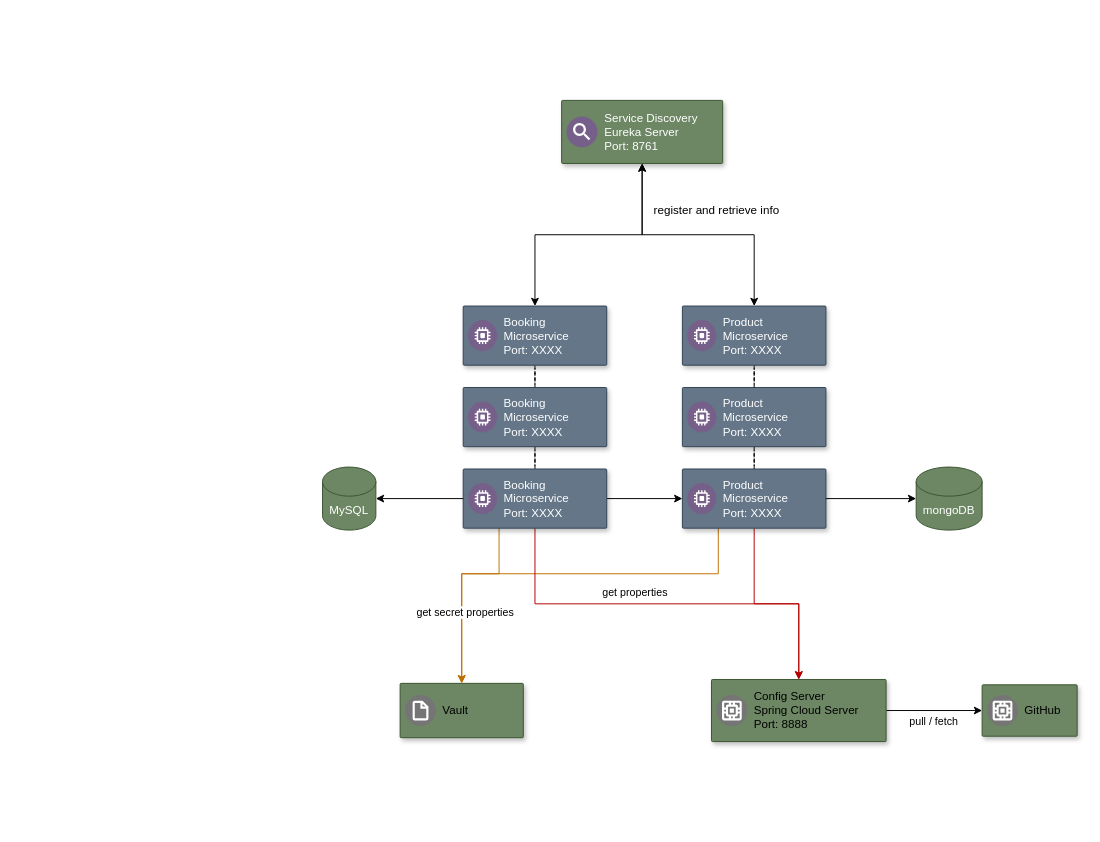
miguemiguemigue/Microservices-Spring-Boot-Project keeps this draw.io diagram as page "Página-1" (1 of 2) of diagram.drawio. Above is the earlier version. Source tidied: cells renumbered, new cells numbered last; positions are measured from the earlier drawing's top-left corner, leaving out a move shared by most shapes. Both pictures are drawn from the tidied source at 97%, with x=0, y=0 at pixel (322, 100). Pictures stored in the file or linked from it are replaced by grey dashed boxes.
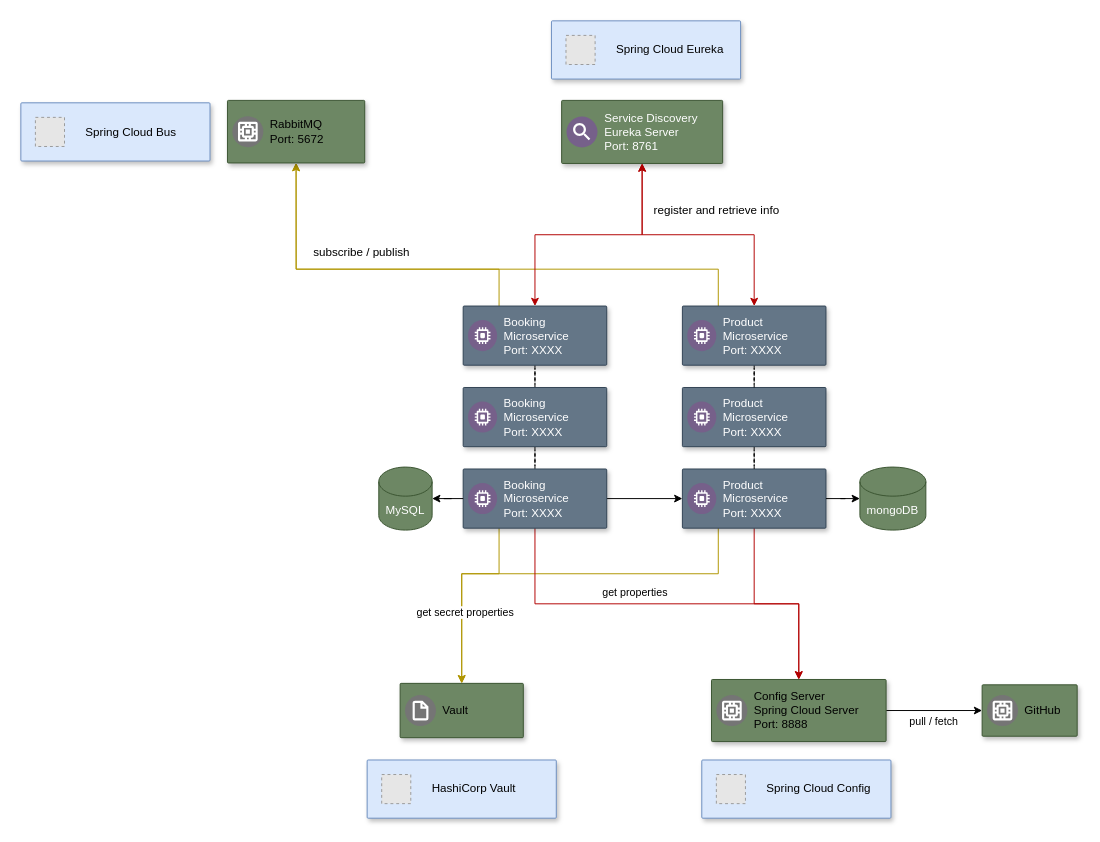
The same page after the edit.

The change refers to these unchanged cells:
```xml
<mxCell id="6" style="strokeColor=#314354;shadow=1;strokeWidth=1;rounded=1;absoluteArcSize=1;arcSize=2;fillColor=#647687;fontColor=#ffffff;align=center;" parent="1" vertex="1">
  <mxGeometry x="371" y="380" width="148" height="61" as="geometry" />
</mxCell>
<mxCell id="14" style="strokeColor=#314354;shadow=1;strokeWidth=1;rounded=1;absoluteArcSize=1;arcSize=2;fillColor=#647687;fontColor=#ffffff;align=center;" parent="1" vertex="1">
  <mxGeometry x="145" y="380" width="148" height="61" as="geometry" />
</mxCell>
<mxCell id="21" style="strokeColor=#314354;shadow=1;strokeWidth=1;rounded=1;absoluteArcSize=1;arcSize=2;fillColor=#647687;fontColor=#ffffff;align=center;" parent="1" vertex="1">
  <mxGeometry x="371" y="212" width="148" height="61" as="geometry" />
</mxCell>
<mxCell id="23" style="strokeColor=#3A5431;shadow=1;strokeWidth=1;rounded=1;absoluteArcSize=1;arcSize=2;fillColor=#6d8764;fontColor=#ffffff;verticalAlign=middle;labelPosition=center;verticalLabelPosition=middle;align=center;" parent="1" vertex="1">
  <mxGeometry x="246.5" width="166" height="65" as="geometry" />
</mxCell>
<mxCell id="29" style="strokeColor=#314354;shadow=1;strokeWidth=1;rounded=1;absoluteArcSize=1;arcSize=2;fillColor=#647687;fontColor=#ffffff;align=center;" parent="1" vertex="1">
  <mxGeometry x="145" y="212" width="148" height="61" as="geometry" />
</mxCell>
<mxCell id="40" style="strokeColor=#3A5431;shadow=1;strokeWidth=1;rounded=1;absoluteArcSize=1;arcSize=2;fillColor=#6d8764;fontColor=#ffffff;" parent="1" vertex="1">
  <mxGeometry x="80" y="601" width="127" height="56" as="geometry" />
</mxCell>
```

Change to the diagram source:
```diff
@@
     <mxCell id="2" value="mongoDB" style="shape=cylinder3;whiteSpace=wrap;html=1;boundedLbl=1;backgroundOutline=1;size=15;fillColor=#6d8764;fontColor=#ffffff;strokeColor=#3A5431;" parent="1" vertex="1">
-      <mxGeometry x="612" y="378" width="68" height="65" as="geometry" />
+      <mxGeometry x="554" y="378" width="68" height="65" as="geometry" />
     </mxCell>
     <mxCell id="3" value="MySQL" style="shape=cylinder3;whiteSpace=wrap;html=1;boundedLbl=1;backgroundOutline=1;size=15;fillColor=#6d8764;fontColor=#ffffff;strokeColor=#3A5431;" parent="1" vertex="1">
-      <mxGeometry y="378" width="55" height="65" as="geometry" />
+      <mxGeometry x="58" y="378" width="55" height="65" as="geometry" />
     </mxCell>
@@
-    <mxCell id="5" style="edgeStyle=orthogonalEdgeStyle;rounded=0;jettySize=auto;html=1;entryX=0.5;entryY=0;entryDx=0;entryDy=0;exitX=0.25;exitY=1;exitDx=0;exitDy=0;fillColor=#f0a30a;strokeColor=#BD7000;" parent="1" edge="1" source="6" target="40">
+    <mxCell id="5" style="edgeStyle=orthogonalEdgeStyle;rounded=0;jettySize=auto;html=1;entryX=0.5;entryY=0;entryDx=0;entryDy=0;exitX=0.25;exitY=1;exitDx=0;exitDy=0;fillColor=#e3c800;strokeColor=#B09500;" parent="1" edge="1" source="6" target="40">
       <mxGeometry relative="1" as="geometry">
         <Array as="points">
           <mxPoint x="408" y="488" />
           <mxPoint x="144" y="488" />
         </Array>
       </mxGeometry>
     </mxCell>
@@
-    <mxCell id="12" style="edgeStyle=orthogonalEdgeStyle;rounded=0;jettySize=auto;html=1;exitX=0.25;exitY=1;exitDx=0;exitDy=0;entryX=0.5;entryY=0;entryDx=0;entryDy=0;fillColor=#f0a30a;strokeColor=#BD7000;" parent="1" edge="1" source="14" target="40">
+    <mxCell id="12" style="edgeStyle=orthogonalEdgeStyle;rounded=0;jettySize=auto;html=1;exitX=0.25;exitY=1;exitDx=0;exitDy=0;entryX=0.5;entryY=0;entryDx=0;entryDy=0;fillColor=#e3c800;strokeColor=#B09500;" parent="1" edge="1" source="14" target="40">
       <mxGeometry relative="1" as="geometry">
         <Array as="points">
           <mxPoint x="182" y="488" />
           <mxPoint x="144" y="488" />
         </Array>
       </mxGeometry>
     </mxCell>
@@
-    <mxCell id="19" style="edgeStyle=orthogonalEdgeStyle;rounded=0;jettySize=auto;html=1;entryX=0.5;entryY=1;entryDx=0;entryDy=0;startArrow=classic;startFill=1;" parent="1" edge="1" source="21" target="23">
+    <mxCell id="19" style="edgeStyle=orthogonalEdgeStyle;rounded=0;jettySize=auto;html=1;entryX=0.5;entryY=1;entryDx=0;entryDy=0;startArrow=classic;startFill=1;fillColor=#e51400;strokeColor=#B20000;" parent="1" edge="1" source="21" target="23">
       <mxGeometry relative="1" as="geometry" />
     </mxCell>
@@
+    <mxCell id="42" style="edgeStyle=orthogonalEdgeStyle;rounded=0;jettySize=auto;html=1;exitX=0.25;exitY=0;exitDx=0;exitDy=0;entryX=0.5;entryY=1;entryDx=0;entryDy=0;fillColor=#e3c800;strokeColor=#B09500;" parent="1" edge="1" source="21" target="44">
+      <mxGeometry relative="1" as="geometry">
+        <Array as="points">
+          <mxPoint x="408" y="174" />
+          <mxPoint x="-27" y="174" />
+        </Array>
+      </mxGeometry>
+    </mxCell>
@@
-    <mxCell id="28" style="edgeStyle=orthogonalEdgeStyle;rounded=0;jettySize=auto;html=1;entryX=0.5;entryY=1;entryDx=0;entryDy=0;startArrow=classic;startFill=1;" parent="1" edge="1" source="29" target="23">
+    <mxCell id="28" style="edgeStyle=orthogonalEdgeStyle;rounded=0;jettySize=auto;html=1;entryX=0.5;entryY=1;entryDx=0;entryDy=0;startArrow=classic;startFill=1;fillColor=#e51400;strokeColor=#B20000;" parent="1" edge="1" source="29" target="23">
       <mxGeometry relative="1" as="geometry" />
     </mxCell>
+    <mxCell id="43" style="edgeStyle=orthogonalEdgeStyle;rounded=0;jettySize=auto;html=1;exitX=0.25;exitY=0;exitDx=0;exitDy=0;entryX=0.5;entryY=1;entryDx=0;entryDy=0;fillColor=#e3c800;strokeColor=#B09500;" parent="1" edge="1" source="29" target="44">
+      <mxGeometry relative="1" as="geometry">
+        <Array as="points">
+          <mxPoint x="182" y="174" />
+          <mxPoint x="-27" y="174" />
+        </Array>
+      </mxGeometry>
+    </mxCell>
@@
+    <mxCell id="44" style="strokeColor=#3A5431;shadow=1;strokeWidth=1;rounded=1;absoluteArcSize=1;arcSize=2;fillColor=#6d8764;fontColor=#ffffff;" parent="1" vertex="1">
+      <mxGeometry x="-98" width="141.5" height="64.5" as="geometry" />
+    </mxCell>
+    <mxCell id="45" value="RabbitMQ&lt;br&gt;Port: 5672" style="sketch=0;dashed=0;html=1;fillColor=#757575;strokeColor=none;shape=mxgraph.gcp2.google_network_edge_cache;labelPosition=right;verticalLabelPosition=middle;align=left;verticalAlign=middle;spacingLeft=5;fontSize=12;" parent="44" vertex="1">
+      <mxGeometry y="0.5" width="32" height="32" relative="1" as="geometry">
+        <mxPoint x="5" y="-16" as="offset" />
+      </mxGeometry>
+    </mxCell>
+    <mxCell id="46" value="subscribe / publish" style="text;html=1;align=center;verticalAlign=middle;strokeColor=none;fillColor=none;" parent="1" vertex="1">
+      <mxGeometry x="-19" y="144" width="117" height="26" as="geometry" />
+    </mxCell>
+    <mxCell id="47" style="shadow=1;strokeWidth=1;rounded=1;absoluteArcSize=1;arcSize=2;fillColor=#dae8fc;strokeColor=#6c8ebf;fontColor=#000000;" parent="1" vertex="1">
+      <mxGeometry x="-311" y="2.5" width="195" height="60" as="geometry" />
+    </mxCell>
+    <mxCell id="48" value="&lt;font color=&quot;#000000&quot;&gt;Spring Cloud Bus&lt;/font&gt;" style="fillColor=#E6E6E6;strokeColor=#999999;dashed=1;html=1;fontColor=#999999;verticalLabelPosition=middle;verticalAlign=middle;labelPosition=right;align=left;spacingLeft=20;" parent="47" vertex="1">
+      <mxGeometry width="30" height="30" relative="1" as="geometry">
+        <mxPoint x="15" y="15" as="offset" />
+      </mxGeometry>
+    </mxCell>
+    <mxCell id="49" style="shadow=1;strokeWidth=1;rounded=1;absoluteArcSize=1;arcSize=2;fillColor=#dae8fc;strokeColor=#6c8ebf;fontColor=#000000;" parent="1" vertex="1">
+      <mxGeometry x="391" y="680" width="195" height="60" as="geometry" />
+    </mxCell>
+    <mxCell id="50" value="&lt;font color=&quot;#000000&quot;&gt;Spring Cloud Config&lt;/font&gt;" style="fillColor=#E6E6E6;strokeColor=#999999;dashed=1;html=1;fontColor=#999999;verticalLabelPosition=middle;verticalAlign=middle;labelPosition=right;align=left;spacingLeft=20;" parent="49" vertex="1">
+      <mxGeometry width="30" height="30" relative="1" as="geometry">
+        <mxPoint x="15" y="15" as="offset" />
+      </mxGeometry>
+    </mxCell>
+    <mxCell id="51" style="shadow=1;strokeWidth=1;rounded=1;absoluteArcSize=1;arcSize=2;fillColor=#dae8fc;strokeColor=#6c8ebf;fontColor=#000000;" parent="1" vertex="1">
+      <mxGeometry x="236" y="-82" width="195" height="60" as="geometry" />
+    </mxCell>
+    <mxCell id="52" value="&lt;font color=&quot;#000000&quot;&gt;Spring Cloud Eureka&lt;/font&gt;" style="fillColor=#E6E6E6;strokeColor=#999999;dashed=1;html=1;fontColor=#999999;verticalLabelPosition=middle;verticalAlign=middle;labelPosition=right;align=left;spacingLeft=20;" parent="51" vertex="1">
+      <mxGeometry width="30" height="30" relative="1" as="geometry">
+        <mxPoint x="15" y="15" as="offset" />
+      </mxGeometry>
+    </mxCell>
+    <mxCell id="53" style="shadow=1;strokeWidth=1;rounded=1;absoluteArcSize=1;arcSize=2;fillColor=#dae8fc;strokeColor=#6c8ebf;fontColor=#000000;" parent="1" vertex="1">
+      <mxGeometry x="46" y="680" width="195" height="60" as="geometry" />
+    </mxCell>
+    <mxCell id="54" value="&lt;font color=&quot;#000000&quot;&gt;HashiCorp Vault&lt;/font&gt;" style="fillColor=#E6E6E6;strokeColor=#999999;dashed=1;html=1;fontColor=#999999;verticalLabelPosition=middle;verticalAlign=middle;labelPosition=right;align=left;spacingLeft=20;" parent="53" vertex="1">
+      <mxGeometry width="30" height="30" relative="1" as="geometry">
+        <mxPoint x="15" y="15" as="offset" />
+      </mxGeometry>
+    </mxCell>
```
